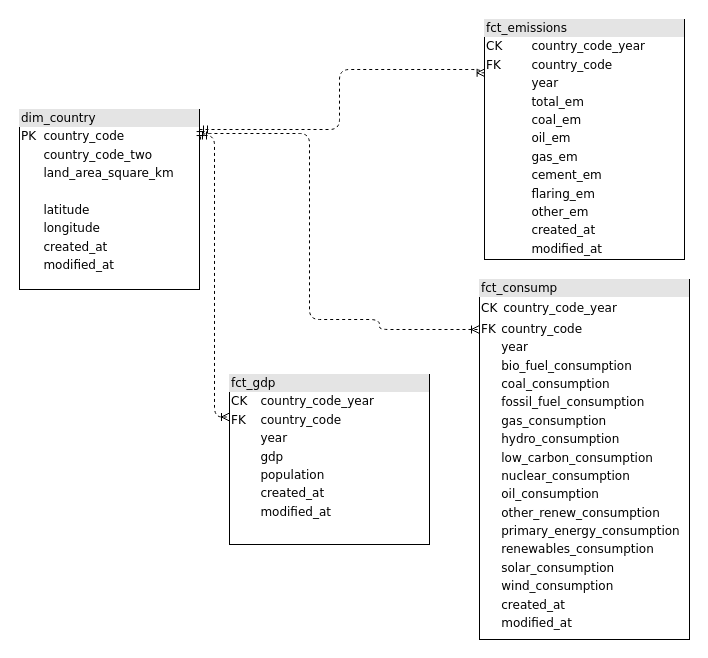
The draw.io diagram models/data-model.drawio in Reed-Carter/Emissions-by-Country, before the edit. Source tidied: cells renumbered, new cells numbered last; positions are measured from the earlier drawing's top-left corner, leaving out a move shared by most shapes. Both pictures are drawn from the tidied source at 100%, with x=0, y=0 at pixel (19, 19).
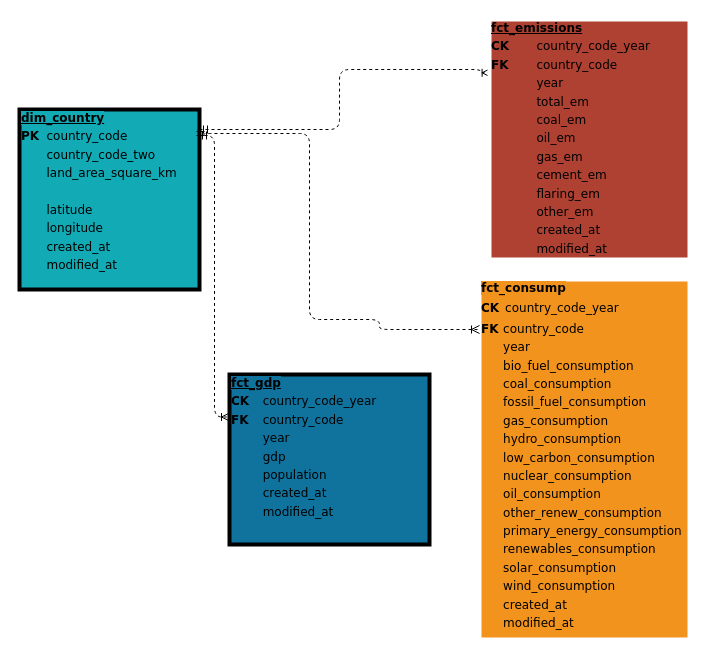
After the change.

Commit message (it also covers changes not shown here):
Add updated data model

Diff of the diagram source:
```diff
@@
 <mxGraphModel>
   <root>
     <mxCell id="0" />
     <mxCell id="1" parent="0" />
     <mxCell id="2" style="edgeStyle=orthogonalEdgeStyle;html=1;dashed=1;labelBackgroundColor=none;startArrow=ERmandOne;endArrow=ERoneToMany;fontFamily=Verdana;fontSize=12;align=left;entryX=0.003;entryY=0.222;entryDx=0;entryDy=0;entryPerimeter=0;" parent="1" edge="1" target="4">
       <mxGeometry relative="1" as="geometry">
         <mxPoint x="180" y="110" as="sourcePoint" />
         <Array as="points">
           <mxPoint x="320" y="110" />
           <mxPoint x="320" y="50" />
           <mxPoint x="461" y="50" />
         </Array>
       </mxGeometry>
     </mxCell>
-    <mxCell id="3" value="&lt;div style=&quot;box-sizing: border-box ; width: 100% ; background: #e4e4e4 ; padding: 2px&quot;&gt;dim_country&lt;/div&gt;&lt;table style=&quot;width: 100% ; font-size: 1em&quot; cellpadding=&quot;2&quot; cellspacing=&quot;0&quot;&gt;&lt;tbody&gt;&lt;tr&gt;&lt;td&gt;PK&lt;/td&gt;&lt;td&gt;country_code&lt;/td&gt;&lt;/tr&gt;&lt;tr&gt;&lt;td&gt;&lt;/td&gt;&lt;td&gt;country_code_two&lt;/td&gt;&lt;/tr&gt;&lt;tr&gt;&lt;td&gt;&lt;/td&gt;&lt;td&gt;land_area_square_km&lt;br&gt;&lt;/td&gt;&lt;/tr&gt;&lt;tr&gt;&lt;td&gt;&lt;br&gt;&lt;/td&gt;&lt;td&gt;&lt;br&gt;&lt;/td&gt;&lt;/tr&gt;&lt;tr&gt;&lt;td&gt;&lt;br&gt;&lt;/td&gt;&lt;td&gt;latitude&lt;/td&gt;&lt;/tr&gt;&lt;tr&gt;&lt;td&gt;&lt;br&gt;&lt;/td&gt;&lt;td&gt;longitude&lt;/td&gt;&lt;/tr&gt;&lt;tr&gt;&lt;td&gt;&lt;br&gt;&lt;/td&gt;&lt;td&gt;created_at&lt;/td&gt;&lt;/tr&gt;&lt;tr&gt;&lt;td&gt;&lt;br&gt;&lt;/td&gt;&lt;td&gt;modified_at&lt;/td&gt;&lt;/tr&gt;&lt;/tbody&gt;&lt;/table&gt;" style="verticalAlign=top;align=left;overflow=fill;html=1;rounded=0;shadow=0;comic=0;labelBackgroundColor=none;strokeWidth=1;fontFamily=Verdana;fontSize=12;" parent="1" vertex="1">
+    <mxCell id="3" value="&lt;div style=&quot;box-sizing: border-box; width: 100%; background-image: initial; background-position: initial; background-size: initial; background-repeat: initial; background-attachment: initial; background-origin: initial; background-clip: initial; padding: 2px;&quot;&gt;&lt;span style=&quot;background-color: rgb(18, 170, 181);&quot;&gt;&lt;b&gt;&lt;u&gt;dim_country&lt;/u&gt;&lt;/b&gt;&lt;/span&gt;&lt;/div&gt;&lt;table style=&quot;width: 100% ; font-size: 1em&quot; cellpadding=&quot;2&quot; cellspacing=&quot;0&quot;&gt;&lt;tbody&gt;&lt;tr&gt;&lt;td&gt;&lt;b&gt;PK&lt;/b&gt;&lt;/td&gt;&lt;td&gt;country_code&lt;/td&gt;&lt;/tr&gt;&lt;tr&gt;&lt;td&gt;&lt;/td&gt;&lt;td&gt;country_code_two&lt;/td&gt;&lt;/tr&gt;&lt;tr&gt;&lt;td&gt;&lt;/td&gt;&lt;td&gt;land_area_square_km&lt;br&gt;&lt;/td&gt;&lt;/tr&gt;&lt;tr&gt;&lt;td&gt;&lt;br&gt;&lt;/td&gt;&lt;td&gt;&lt;br&gt;&lt;/td&gt;&lt;/tr&gt;&lt;tr&gt;&lt;td&gt;&lt;br&gt;&lt;/td&gt;&lt;td&gt;latitude&lt;/td&gt;&lt;/tr&gt;&lt;tr&gt;&lt;td&gt;&lt;br&gt;&lt;/td&gt;&lt;td&gt;longitude&lt;/td&gt;&lt;/tr&gt;&lt;tr&gt;&lt;td&gt;&lt;br&gt;&lt;/td&gt;&lt;td&gt;created_at&lt;/td&gt;&lt;/tr&gt;&lt;tr&gt;&lt;td&gt;&lt;br&gt;&lt;/td&gt;&lt;td&gt;modified_at&lt;/td&gt;&lt;/tr&gt;&lt;/tbody&gt;&lt;/table&gt;" style="verticalAlign=top;align=left;overflow=fill;html=1;rounded=0;shadow=0;comic=0;labelBackgroundColor=none;strokeWidth=4;fontFamily=Verdana;fontSize=12;fillColor=#12AAB5;fontColor=#000000;" parent="1" vertex="1">
       <mxGeometry y="90" width="180" height="180" as="geometry" />
     </mxCell>
-    <mxCell id="4" value="&lt;div style=&quot;box-sizing: border-box ; width: 100% ; background: #e4e4e4 ; padding: 2px&quot;&gt;fct_emissions&lt;/div&gt;&lt;table style=&quot;width: 100% ; font-size: 1em&quot; cellpadding=&quot;2&quot; cellspacing=&quot;0&quot;&gt;&lt;tbody&gt;&lt;tr&gt;&lt;td&gt;CK&lt;/td&gt;&lt;td&gt;country_code_year&lt;/td&gt;&lt;/tr&gt;&lt;tr&gt;&lt;td&gt;FK&lt;/td&gt;&lt;td&gt;country_code&lt;br&gt;&lt;/td&gt;&lt;/tr&gt;&lt;tr&gt;&lt;td&gt;&lt;/td&gt;&lt;td&gt;year&lt;/td&gt;&lt;/tr&gt;&lt;tr&gt;&lt;td&gt;&lt;br&gt;&lt;/td&gt;&lt;td&gt;total_em&lt;br&gt;&lt;/td&gt;&lt;/tr&gt;&lt;tr&gt;&lt;td&gt;&lt;br&gt;&lt;/td&gt;&lt;td&gt;coal_em&lt;br&gt;&lt;/td&gt;&lt;/tr&gt;&lt;tr&gt;&lt;td&gt;&lt;br&gt;&lt;/td&gt;&lt;td&gt;oil_em&lt;br&gt;&lt;/td&gt;&lt;/tr&gt;&lt;tr&gt;&lt;td&gt;&lt;br&gt;&lt;/td&gt;&lt;td&gt;gas_em&lt;/td&gt;&lt;/tr&gt;&lt;tr&gt;&lt;td&gt;&lt;br&gt;&lt;/td&gt;&lt;td&gt;cement_em&lt;/td&gt;&lt;/tr&gt;&lt;tr&gt;&lt;td&gt;&lt;br&gt;&lt;/td&gt;&lt;td&gt;flaring_em&lt;/td&gt;&lt;/tr&gt;&lt;tr&gt;&lt;td&gt;&lt;span style=&quot;white-space: pre;&quot;&gt;&#9;&lt;/span&gt;&lt;br&gt;&lt;/td&gt;&lt;td&gt;other_em&lt;/td&gt;&lt;/tr&gt;&lt;tr&gt;&lt;td&gt;&lt;br&gt;&lt;/td&gt;&lt;td&gt;created_at&lt;/td&gt;&lt;/tr&gt;&lt;tr&gt;&lt;td&gt;&lt;br&gt;&lt;/td&gt;&lt;td&gt;modified_at&lt;/td&gt;&lt;/tr&gt;&lt;/tbody&gt;&lt;/table&gt;" style="verticalAlign=top;align=left;overflow=fill;html=1;rounded=0;shadow=0;comic=0;labelBackgroundColor=none;strokeWidth=1;fontFamily=Verdana;fontSize=12;" parent="1" vertex="1">
-      <mxGeometry x="465" width="200" height="240" as="geometry" />
+    <mxCell id="4" value="&lt;div style=&quot;box-sizing: border-box; width: 100%; background-image: initial; background-position: initial; background-size: initial; background-repeat: initial; background-attachment: initial; background-origin: initial; background-clip: initial; padding: 2px;&quot;&gt;&lt;b&gt;&lt;u&gt;fct_emissions&lt;/u&gt;&lt;/b&gt;&lt;/div&gt;&lt;table style=&quot;width: 100% ; font-size: 1em&quot; cellpadding=&quot;2&quot; cellspacing=&quot;0&quot;&gt;&lt;tbody&gt;&lt;tr&gt;&lt;td&gt;&lt;b&gt;CK&lt;/b&gt;&lt;/td&gt;&lt;td&gt;country_code_year&lt;/td&gt;&lt;/tr&gt;&lt;tr&gt;&lt;td&gt;&lt;b&gt;FK&lt;/b&gt;&lt;/td&gt;&lt;td&gt;country_code&lt;br&gt;&lt;/td&gt;&lt;/tr&gt;&lt;tr&gt;&lt;td&gt;&lt;/td&gt;&lt;td&gt;year&lt;/td&gt;&lt;/tr&gt;&lt;tr&gt;&lt;td&gt;&lt;br&gt;&lt;/td&gt;&lt;td&gt;total_em&lt;br&gt;&lt;/td&gt;&lt;/tr&gt;&lt;tr&gt;&lt;td&gt;&lt;br&gt;&lt;/td&gt;&lt;td&gt;coal_em&lt;br&gt;&lt;/td&gt;&lt;/tr&gt;&lt;tr&gt;&lt;td&gt;&lt;br&gt;&lt;/td&gt;&lt;td&gt;oil_em&lt;br&gt;&lt;/td&gt;&lt;/tr&gt;&lt;tr&gt;&lt;td&gt;&lt;br&gt;&lt;/td&gt;&lt;td&gt;gas_em&lt;/td&gt;&lt;/tr&gt;&lt;tr&gt;&lt;td&gt;&lt;br&gt;&lt;/td&gt;&lt;td&gt;cement_em&lt;/td&gt;&lt;/tr&gt;&lt;tr&gt;&lt;td&gt;&lt;br&gt;&lt;/td&gt;&lt;td&gt;flaring_em&lt;/td&gt;&lt;/tr&gt;&lt;tr&gt;&lt;td&gt;&lt;span style=&quot;white-space: pre;&quot;&gt;&#9;&lt;/span&gt;&lt;br&gt;&lt;/td&gt;&lt;td&gt;other_em&lt;/td&gt;&lt;/tr&gt;&lt;tr&gt;&lt;td&gt;&lt;br&gt;&lt;/td&gt;&lt;td&gt;created_at&lt;/td&gt;&lt;/tr&gt;&lt;tr&gt;&lt;td&gt;&lt;br&gt;&lt;/td&gt;&lt;td&gt;modified_at&lt;/td&gt;&lt;/tr&gt;&lt;/tbody&gt;&lt;/table&gt;" style="verticalAlign=top;align=left;overflow=fill;html=1;rounded=0;shadow=0;comic=0;labelBackgroundColor=none;strokeWidth=4;fontFamily=Verdana;fontSize=12;fillColor=#AE4132;gradientColor=none;strokeColor=#FFFFFF;fontColor=#000000;perimeterSpacing=0;" parent="1" vertex="1">
+      <mxGeometry x="470" width="200" height="240" as="geometry" />
     </mxCell>
-    <mxCell id="5" value="&lt;div style=&quot;box-sizing: border-box ; width: 100% ; background: #e4e4e4 ; padding: 2px&quot;&gt;fct_consump&lt;/div&gt;&lt;table style=&quot;width: 100% ; font-size: 1em&quot; cellpadding=&quot;2&quot; cellspacing=&quot;0&quot;&gt;&lt;tbody&gt;&lt;tr&gt;&lt;td&gt;CK&lt;/td&gt;&lt;td&gt;&lt;table style=&quot;border-color: var(--border-color); font-size: 1em; width: 250px;&quot; cellpadding=&quot;2&quot; cellspacing=&quot;0&quot;&gt;&lt;tbody style=&quot;border-color: var(--border-color);&quot;&gt;&lt;tr style=&quot;border-color: var(--border-color);&quot;&gt;&lt;td style=&quot;border-color: var(--border-color);&quot;&gt;country_code_year&lt;/td&gt;&lt;/tr&gt;&lt;tr style=&quot;border-color: var(--border-color);&quot;&gt;&lt;/tr&gt;&lt;/tbody&gt;&lt;/table&gt;&lt;/td&gt;&lt;/tr&gt;&lt;tr&gt;&lt;td&gt;FK&lt;/td&gt;&lt;td&gt;country_code&lt;br&gt;&lt;/td&gt;&lt;/tr&gt;&lt;tr&gt;&lt;td&gt;&lt;/td&gt;&lt;td&gt;year&lt;/td&gt;&lt;/tr&gt;&lt;tr&gt;&lt;td&gt;&lt;br&gt;&lt;/td&gt;&lt;td&gt;bio_fuel_consumption&lt;/td&gt;&lt;/tr&gt;&lt;tr&gt;&lt;td&gt;&lt;br&gt;&lt;/td&gt;&lt;td&gt;coal_consumption&lt;/td&gt;&lt;/tr&gt;&lt;tr&gt;&lt;td&gt;&lt;br&gt;&lt;/td&gt;&lt;td&gt;fossil_fuel_consumption&lt;/td&gt;&lt;/tr&gt;&lt;tr&gt;&lt;td&gt;&lt;br&gt;&lt;/td&gt;&lt;td&gt;gas_consumption&lt;/td&gt;&lt;/tr&gt;&lt;tr&gt;&lt;td&gt;&lt;br&gt;&lt;/td&gt;&lt;td&gt;hydro_consumption&lt;/td&gt;&lt;/tr&gt;&lt;tr&gt;&lt;td&gt;&lt;br&gt;&lt;/td&gt;&lt;td&gt;low_carbon_consumption&lt;/td&gt;&lt;/tr&gt;&lt;tr&gt;&lt;td&gt;&lt;br&gt;&lt;/td&gt;&lt;td&gt;nuclear_consumption&lt;/td&gt;&lt;/tr&gt;&lt;tr&gt;&lt;td&gt;&lt;br&gt;&lt;/td&gt;&lt;td&gt;oil_consumption&lt;/td&gt;&lt;/tr&gt;&lt;tr&gt;&lt;td&gt;&lt;br&gt;&lt;/td&gt;&lt;td&gt;other_renew_consumption&lt;/td&gt;&lt;/tr&gt;&lt;tr&gt;&lt;td&gt;&lt;br&gt;&lt;/td&gt;&lt;td&gt;primary_energy_consumption&lt;/td&gt;&lt;/tr&gt;&lt;tr&gt;&lt;td&gt;&lt;br&gt;&lt;/td&gt;&lt;td&gt;renewables_consumption&lt;/td&gt;&lt;/tr&gt;&lt;tr&gt;&lt;td&gt;&lt;br&gt;&lt;/td&gt;&lt;td&gt;solar_consumption&lt;/td&gt;&lt;/tr&gt;&lt;tr&gt;&lt;td&gt;&lt;br&gt;&lt;/td&gt;&lt;td&gt;wind_consumption&lt;/td&gt;&lt;/tr&gt;&lt;tr&gt;&lt;td&gt;&lt;br&gt;&lt;/td&gt;&lt;td&gt;created_at&lt;/td&gt;&lt;/tr&gt;&lt;tr&gt;&lt;td&gt;&lt;br&gt;&lt;/td&gt;&lt;td&gt;modified_at&lt;/td&gt;&lt;/tr&gt;&lt;/tbody&gt;&lt;/table&gt;" style="verticalAlign=top;align=left;overflow=fill;html=1;rounded=0;shadow=0;comic=0;labelBackgroundColor=none;strokeWidth=1;fontFamily=Verdana;fontSize=12;" parent="1" vertex="1">
+    <mxCell id="5" value="&lt;div style=&quot;box-sizing: border-box; width: 100%; background-image: initial; background-position: initial; background-size: initial; background-repeat: initial; background-attachment: initial; background-origin: initial; background-clip: initial; padding: 2px;&quot;&gt;&lt;b style=&quot;background-color: rgb(242, 147, 30);&quot;&gt;fct_consump&lt;/b&gt;&lt;/div&gt;&lt;table style=&quot;width: 100% ; font-size: 1em&quot; cellpadding=&quot;2&quot; cellspacing=&quot;0&quot;&gt;&lt;tbody&gt;&lt;tr&gt;&lt;td&gt;&lt;b&gt;CK&lt;/b&gt;&lt;/td&gt;&lt;td&gt;&lt;table style=&quot;border-color: var(--border-color); font-size: 1em; width: 250px;&quot; cellpadding=&quot;2&quot; cellspacing=&quot;0&quot;&gt;&lt;tbody style=&quot;border-color: var(--border-color);&quot;&gt;&lt;tr style=&quot;border-color: var(--border-color);&quot;&gt;&lt;td style=&quot;border-color: var(--border-color);&quot;&gt;country_code_year&lt;/td&gt;&lt;/tr&gt;&lt;tr style=&quot;border-color: var(--border-color);&quot;&gt;&lt;/tr&gt;&lt;/tbody&gt;&lt;/table&gt;&lt;/td&gt;&lt;/tr&gt;&lt;tr&gt;&lt;td&gt;&lt;b&gt;FK&lt;/b&gt;&lt;/td&gt;&lt;td&gt;country_code&lt;br&gt;&lt;/td&gt;&lt;/tr&gt;&lt;tr&gt;&lt;td&gt;&lt;/td&gt;&lt;td&gt;year&lt;/td&gt;&lt;/tr&gt;&lt;tr&gt;&lt;td&gt;&lt;br&gt;&lt;/td&gt;&lt;td&gt;bio_fuel_consumption&lt;/td&gt;&lt;/tr&gt;&lt;tr&gt;&lt;td&gt;&lt;br&gt;&lt;/td&gt;&lt;td&gt;coal_consumption&lt;/td&gt;&lt;/tr&gt;&lt;tr&gt;&lt;td&gt;&lt;br&gt;&lt;/td&gt;&lt;td&gt;fossil_fuel_consumption&lt;/td&gt;&lt;/tr&gt;&lt;tr&gt;&lt;td&gt;&lt;br&gt;&lt;/td&gt;&lt;td&gt;gas_consumption&lt;/td&gt;&lt;/tr&gt;&lt;tr&gt;&lt;td&gt;&lt;br&gt;&lt;/td&gt;&lt;td&gt;hydro_consumption&lt;/td&gt;&lt;/tr&gt;&lt;tr&gt;&lt;td&gt;&lt;br&gt;&lt;/td&gt;&lt;td&gt;low_carbon_consumption&lt;/td&gt;&lt;/tr&gt;&lt;tr&gt;&lt;td&gt;&lt;br&gt;&lt;/td&gt;&lt;td&gt;nuclear_consumption&lt;/td&gt;&lt;/tr&gt;&lt;tr&gt;&lt;td&gt;&lt;br&gt;&lt;/td&gt;&lt;td&gt;oil_consumption&lt;/td&gt;&lt;/tr&gt;&lt;tr&gt;&lt;td&gt;&lt;br&gt;&lt;/td&gt;&lt;td&gt;other_renew_consumption&lt;/td&gt;&lt;/tr&gt;&lt;tr&gt;&lt;td&gt;&lt;br&gt;&lt;/td&gt;&lt;td&gt;primary_energy_consumption&lt;/td&gt;&lt;/tr&gt;&lt;tr&gt;&lt;td&gt;&lt;br&gt;&lt;/td&gt;&lt;td&gt;renewables_consumption&lt;/td&gt;&lt;/tr&gt;&lt;tr&gt;&lt;td&gt;&lt;br&gt;&lt;/td&gt;&lt;td&gt;solar_consumption&lt;/td&gt;&lt;/tr&gt;&lt;tr&gt;&lt;td&gt;&lt;br&gt;&lt;/td&gt;&lt;td&gt;wind_consumption&lt;/td&gt;&lt;/tr&gt;&lt;tr&gt;&lt;td&gt;&lt;br&gt;&lt;/td&gt;&lt;td&gt;created_at&lt;/td&gt;&lt;/tr&gt;&lt;tr&gt;&lt;td&gt;&lt;br&gt;&lt;/td&gt;&lt;td&gt;modified_at&lt;/td&gt;&lt;/tr&gt;&lt;/tbody&gt;&lt;/table&gt;" style="verticalAlign=top;align=left;overflow=fill;html=1;rounded=0;shadow=0;comic=0;labelBackgroundColor=none;strokeWidth=4;fontFamily=Verdana;fontSize=12;fillColor=#F2931E;gradientColor=none;strokeColor=#FFFFFF;fontColor=#000000;" parent="1" vertex="1">
       <mxGeometry x="460" y="260" width="210" height="360" as="geometry" />
     </mxCell>
     <mxCell id="6" style="edgeStyle=orthogonalEdgeStyle;html=1;exitX=1.006;exitY=0.167;dashed=1;labelBackgroundColor=none;startArrow=ERmandOne;endArrow=ERoneToMany;fontFamily=Verdana;fontSize=12;align=left;exitDx=0;exitDy=0;exitPerimeter=0;" parent="1" edge="1" source="3">
       <mxGeometry relative="1" as="geometry">
         <mxPoint x="460" y="310" as="targetPoint" />
         <Array as="points">
           <mxPoint x="181" y="114" />
           <mxPoint x="290" y="114" />
           <mxPoint x="290" y="300" />
           <mxPoint x="360" y="300" />
           <mxPoint x="360" y="310" />
         </Array>
       </mxGeometry>
     </mxCell>
-    <mxCell id="7" value="&lt;div style=&quot;box-sizing: border-box ; width: 100% ; background: #e4e4e4 ; padding: 2px&quot;&gt;fct_gdp&lt;/div&gt;&lt;table style=&quot;width: 100% ; font-size: 1em&quot; cellpadding=&quot;2&quot; cellspacing=&quot;0&quot;&gt;&lt;tbody&gt;&lt;tr&gt;&lt;td&gt;CK&lt;/td&gt;&lt;td&gt;country_code_year&lt;/td&gt;&lt;/tr&gt;&lt;tr&gt;&lt;td&gt;FK&lt;/td&gt;&lt;td&gt;country_code&lt;br&gt;&lt;/td&gt;&lt;/tr&gt;&lt;tr&gt;&lt;td&gt;&lt;/td&gt;&lt;td&gt;year&lt;/td&gt;&lt;/tr&gt;&lt;tr&gt;&lt;td&gt;&lt;br&gt;&lt;/td&gt;&lt;td&gt;gdp&lt;/td&gt;&lt;/tr&gt;&lt;tr&gt;&lt;td&gt;&lt;br&gt;&lt;/td&gt;&lt;td&gt;population&lt;br&gt;&lt;/td&gt;&lt;/tr&gt;&lt;tr&gt;&lt;td&gt;&lt;br&gt;&lt;/td&gt;&lt;td&gt;created_at&lt;/td&gt;&lt;/tr&gt;&lt;tr&gt;&lt;td&gt;&lt;br&gt;&lt;/td&gt;&lt;td&gt;modified_at&lt;/td&gt;&lt;/tr&gt;&lt;/tbody&gt;&lt;/table&gt;" style="verticalAlign=top;align=left;overflow=fill;html=1;rounded=0;shadow=0;comic=0;labelBackgroundColor=none;strokeWidth=1;fontFamily=Verdana;fontSize=12;" parent="1" vertex="1">
+    <mxCell id="7" value="&lt;div style=&quot;box-sizing: border-box; width: 100%; background-image: initial; background-position: initial; background-size: initial; background-repeat: initial; background-attachment: initial; background-origin: initial; background-clip: initial; padding: 2px;&quot;&gt;&lt;span style=&quot;background-color: rgb(16, 115, 158);&quot;&gt;&lt;b&gt;&lt;u&gt;fct_gdp&lt;/u&gt;&lt;/b&gt;&lt;/span&gt;&lt;/div&gt;&lt;table style=&quot;width: 100% ; font-size: 1em&quot; cellpadding=&quot;2&quot; cellspacing=&quot;0&quot;&gt;&lt;tbody&gt;&lt;tr&gt;&lt;td&gt;&lt;b&gt;CK&lt;/b&gt;&lt;/td&gt;&lt;td&gt;country_code_year&lt;/td&gt;&lt;/tr&gt;&lt;tr&gt;&lt;td&gt;&lt;b&gt;FK&lt;/b&gt;&lt;/td&gt;&lt;td&gt;country_code&lt;br&gt;&lt;/td&gt;&lt;/tr&gt;&lt;tr&gt;&lt;td&gt;&lt;/td&gt;&lt;td&gt;year&lt;/td&gt;&lt;/tr&gt;&lt;tr&gt;&lt;td&gt;&lt;br&gt;&lt;/td&gt;&lt;td&gt;gdp&lt;/td&gt;&lt;/tr&gt;&lt;tr&gt;&lt;td&gt;&lt;br&gt;&lt;/td&gt;&lt;td&gt;population&lt;br&gt;&lt;/td&gt;&lt;/tr&gt;&lt;tr&gt;&lt;td&gt;&lt;br&gt;&lt;/td&gt;&lt;td&gt;created_at&lt;/td&gt;&lt;/tr&gt;&lt;tr&gt;&lt;td&gt;&lt;br&gt;&lt;/td&gt;&lt;td&gt;modified_at&lt;/td&gt;&lt;/tr&gt;&lt;/tbody&gt;&lt;/table&gt;" style="verticalAlign=top;align=left;overflow=fill;html=1;rounded=0;shadow=0;comic=0;labelBackgroundColor=none;strokeWidth=4;fontFamily=Verdana;fontSize=12;fillColor=#10739E;fontColor=#000000;" parent="1" vertex="1">
       <mxGeometry x="210" y="355" width="200" height="170" as="geometry" />
     </mxCell>
     <mxCell id="8" style="edgeStyle=orthogonalEdgeStyle;html=1;dashed=1;labelBackgroundColor=none;startArrow=ERmandOne;endArrow=ERoneToMany;fontFamily=Verdana;fontSize=12;align=left;entryX=0;entryY=0.25;entryDx=0;entryDy=0;" parent="1" edge="1" target="7">
       <mxGeometry relative="1" as="geometry">
         <mxPoint x="179" y="116" as="sourcePoint" />
         <Array as="points">
           <mxPoint x="195" y="116" />
           <mxPoint x="195" y="398" />
         </Array>
       </mxGeometry>
     </mxCell>
   </root>
 </mxGraphModel>
```
